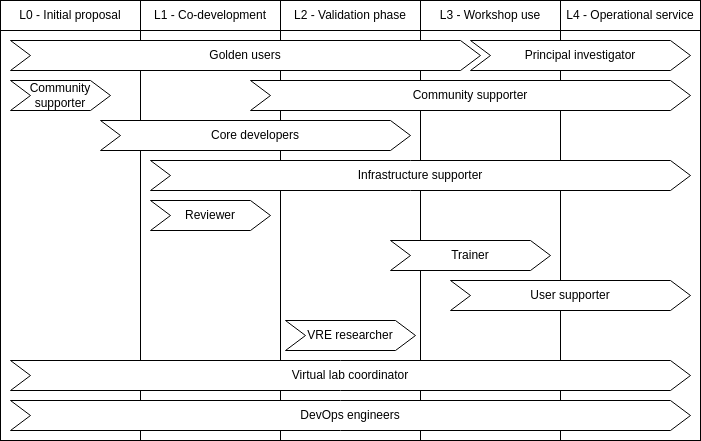
The draw.io diagram docs/readiness_levels/images/Timeline.drawio.png in NaaVRE/website, before a commit. Source tidied: cells renumbered, new cells last; positions are measured from the earlier drawing's top-left corner, leaving out a move shared by most shapes.
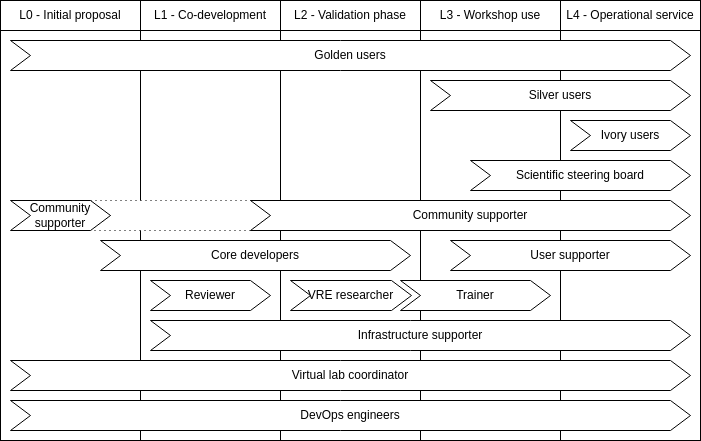
After the change.

Commit message:
#271 Replace principal investigator by scientific steering board

What changed in the source:
```diff
@@ -33,19 +33,13 @@
       <mxGeometry x="140" y="30" width="140" height="410" as="geometry" />
     </mxCell>
     <mxCell id="12" value="Golden users" style="shape=step;perimeter=stepPerimeter;whiteSpace=wrap;html=1;fixedSize=1;" parent="1" vertex="1">
-      <mxGeometry x="10" y="40" width="470" height="30" as="geometry" />
+      <mxGeometry x="10" y="40" width="680" height="30" as="geometry" />
     </mxCell>
-    <mxCell id="13" value="Principal investigator" style="shape=step;perimeter=stepPerimeter;whiteSpace=wrap;html=1;fixedSize=1;" parent="1" vertex="1">
-      <mxGeometry x="470" y="40" width="220" height="30" as="geometry" />
+    <mxCell id="13" value="Scientific steering board" style="shape=step;perimeter=stepPerimeter;whiteSpace=wrap;html=1;fixedSize=1;" parent="1" vertex="1">
+      <mxGeometry x="470" y="160" width="220" height="30" as="geometry" />
     </mxCell>
-    <mxCell id="14" value="Community supporter" style="shape=step;perimeter=stepPerimeter;whiteSpace=wrap;html=1;fixedSize=1;" parent="1" vertex="1">
-      <mxGeometry x="10" y="80" width="100" height="30" as="geometry" />
-    </mxCell>
-    <mxCell id="15" value="Community supporter" style="shape=step;perimeter=stepPerimeter;whiteSpace=wrap;html=1;fixedSize=1;" parent="1" vertex="1">
-      <mxGeometry x="250" y="80" width="440" height="30" as="geometry" />
-    </mxCell>
     <mxCell id="16" value="Core developers" style="shape=step;perimeter=stepPerimeter;whiteSpace=wrap;html=1;fixedSize=1;" parent="1" vertex="1">
-      <mxGeometry x="100" y="120" width="310" height="30" as="geometry" />
+      <mxGeometry x="100" y="240" width="310" height="30" as="geometry" />
     </mxCell>
     <mxCell id="17" value="Virtual lab coordinator" style="shape=step;perimeter=stepPerimeter;whiteSpace=wrap;html=1;fixedSize=1;" parent="1" vertex="1">
       <mxGeometry x="10" y="360" width="680" height="30" as="geometry" />
@@ -54,19 +48,37 @@
       <mxGeometry x="10" y="400" width="680" height="30" as="geometry" />
     </mxCell>
     <mxCell id="19" value="Infrastructure supporter" style="shape=step;perimeter=stepPerimeter;whiteSpace=wrap;html=1;fixedSize=1;" parent="1" vertex="1">
-      <mxGeometry x="150" y="160" width="540" height="30" as="geometry" />
+      <mxGeometry x="150" y="320" width="540" height="30" as="geometry" />
     </mxCell>
     <mxCell id="20" value="Reviewer" style="shape=step;perimeter=stepPerimeter;whiteSpace=wrap;html=1;fixedSize=1;" parent="1" vertex="1">
-      <mxGeometry x="150" y="200" width="120" height="30" as="geometry" />
+      <mxGeometry x="150" y="280" width="120" height="30" as="geometry" />
     </mxCell>
     <mxCell id="21" value="Trainer" style="shape=step;perimeter=stepPerimeter;whiteSpace=wrap;html=1;fixedSize=1;" parent="1" vertex="1">
-      <mxGeometry x="390" y="240" width="160" height="30" as="geometry" />
+      <mxGeometry x="400" y="280" width="150" height="30" as="geometry" />
     </mxCell>
     <mxCell id="22" value="User supporter" style="shape=step;perimeter=stepPerimeter;whiteSpace=wrap;html=1;fixedSize=1;" parent="1" vertex="1">
-      <mxGeometry x="450" y="280" width="240" height="30" as="geometry" />
+      <mxGeometry x="450" y="240" width="240" height="30" as="geometry" />
     </mxCell>
     <mxCell id="23" value="VRE researcher" style="shape=step;perimeter=stepPerimeter;whiteSpace=wrap;html=1;fixedSize=1;" parent="1" vertex="1">
-      <mxGeometry x="285" y="320" width="130" height="30" as="geometry" />
+      <mxGeometry x="290" y="280" width="121" height="30" as="geometry" />
     </mxCell>
+    <mxCell id="24" value="Silver users" style="shape=step;perimeter=stepPerimeter;whiteSpace=wrap;html=1;fixedSize=1;" parent="1" vertex="1">
+      <mxGeometry x="430" y="80" width="260" height="30" as="geometry" />
+    </mxCell>
+    <mxCell id="25" value="Ivory users" style="shape=step;perimeter=stepPerimeter;whiteSpace=wrap;html=1;fixedSize=1;" parent="1" vertex="1">
+      <mxGeometry x="570" y="120" width="120" height="30" as="geometry" />
+    </mxCell>
+    <mxCell id="26" style="group;" parent="1" vertex="1">
+      <mxGeometry x="10" y="200" width="680" height="30" as="geometry" />
+    </mxCell>
+    <mxCell id="27" style="shape=step;perimeter=stepPerimeter;whiteSpace=wrap;html=1;fixedSize=1;dashed=1;dashPattern=1 4;" parent="26" vertex="1">
+      <mxGeometry x="80" width="180" height="30" as="geometry" />
+    </mxCell>
+    <mxCell id="14" value="Community supporter" style="shape=step;perimeter=stepPerimeter;whiteSpace=wrap;html=1;fixedSize=1;" parent="26" vertex="1">
+      <mxGeometry width="100" height="30" as="geometry" />
+    </mxCell>
+    <mxCell id="15" value="Community supporter" style="shape=step;perimeter=stepPerimeter;whiteSpace=wrap;html=1;fixedSize=1;" parent="26" vertex="1">
+      <mxGeometry x="240" width="440" height="30" as="geometry" />
+    </mxCell>
   </root>
 </mxGraphModel>
```
